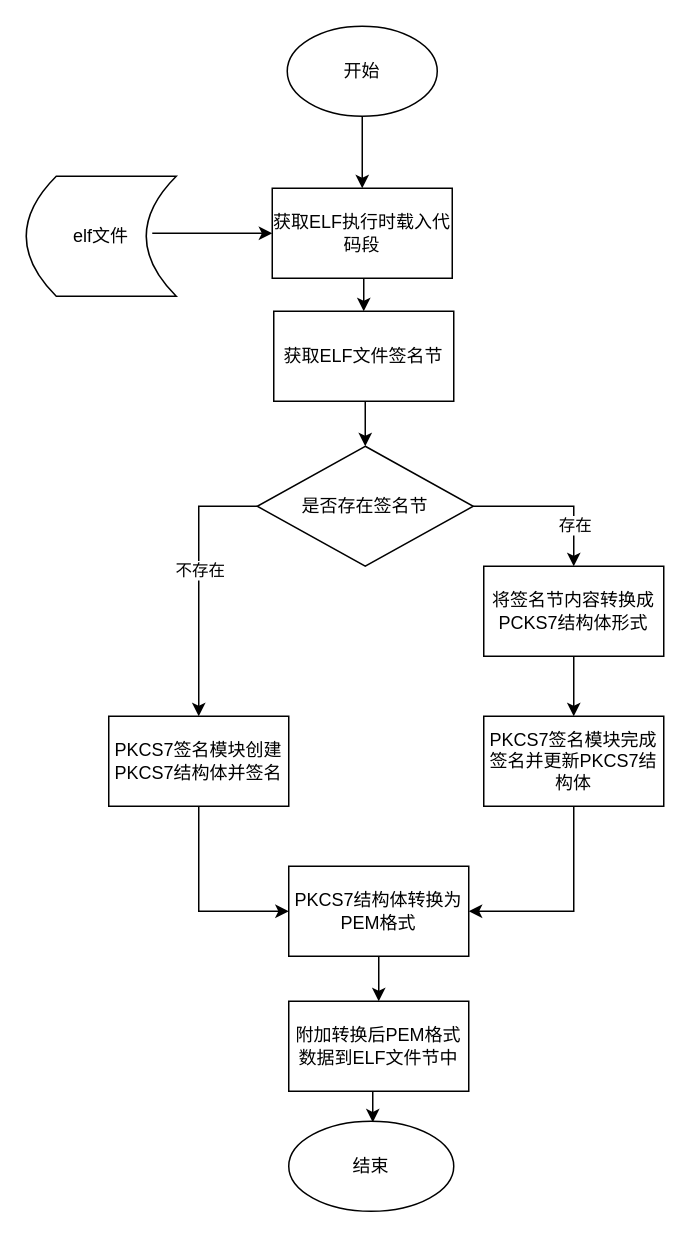
This is sign4.drawio from Allinaent/share, a draw.io file, before an edit. Source tidied: cells renumbered, new cells numbered last; positions are measured from the earlier drawing's top-left corner, leaving out a move shared by most shapes. Both pictures are drawn from the tidied source at 150%, with x=0, y=0 at pixel (26, 26).
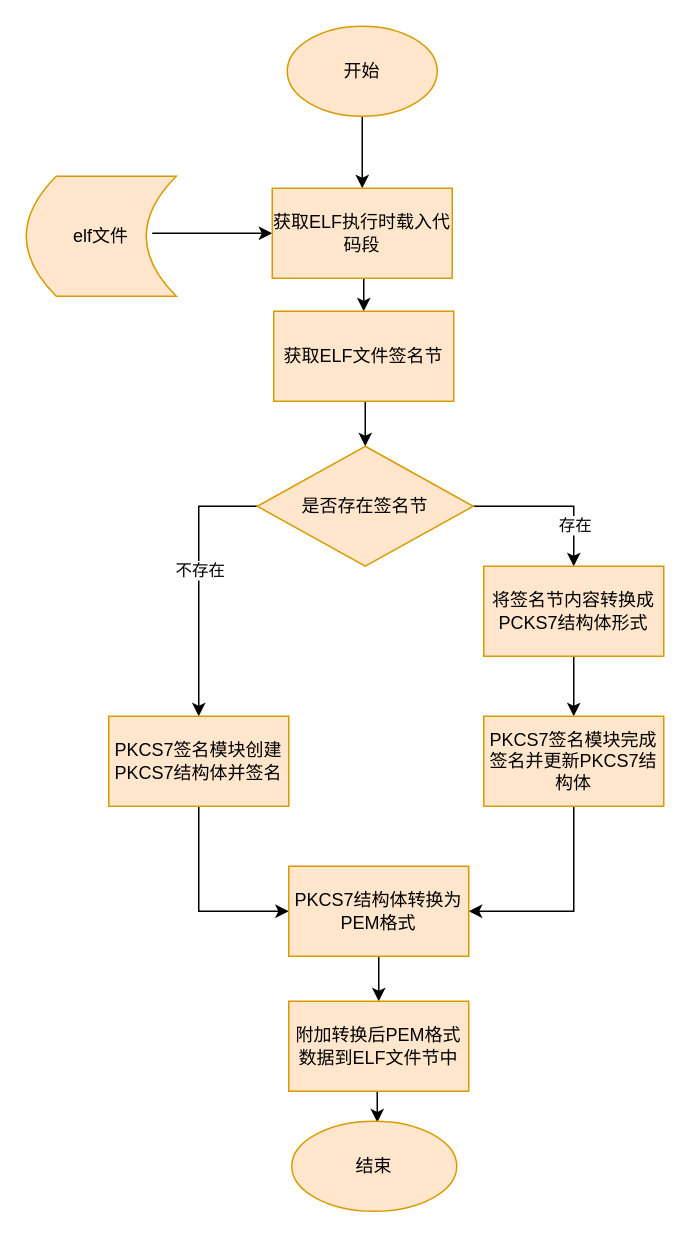
The same diagram, later.

Change to the diagram source:
```diff
@@
-    <mxCell id="3" value="开始" style="ellipse;whiteSpace=wrap;html=1;" parent="1" vertex="1">
+    <mxCell id="3" value="开始" style="ellipse;whiteSpace=wrap;html=1;fillColor=#ffe6cc;strokeColor=#d79b00;" parent="1" vertex="1">
       <mxGeometry x="174" width="100" height="60" as="geometry" />
     </mxCell>
@@
-    <mxCell id="5" value="elf文件" style="shape=dataStorage;whiteSpace=wrap;html=1;fixedSize=1;" parent="1" vertex="1">
+    <mxCell id="5" value="elf文件" style="shape=dataStorage;whiteSpace=wrap;html=1;fixedSize=1;fillColor=#ffe6cc;strokeColor=#d79b00;" parent="1" vertex="1">
       <mxGeometry y="100" width="100" height="80" as="geometry" />
     </mxCell>
@@
-    <mxCell id="7" value="获取ELF执行时载入代码段" style="rounded=0;whiteSpace=wrap;html=1;" parent="1" vertex="1">
+    <mxCell id="7" value="获取ELF执行时载入代码段" style="rounded=0;whiteSpace=wrap;html=1;fillColor=#ffe6cc;strokeColor=#d79b00;" parent="1" vertex="1">
       <mxGeometry x="164" y="108" width="120" height="60" as="geometry" />
     </mxCell>
@@
-    <mxCell id="9" value="获取ELF文件签名节" style="rounded=0;whiteSpace=wrap;html=1;" parent="1" vertex="1">
+    <mxCell id="9" value="获取ELF文件签名节" style="rounded=0;whiteSpace=wrap;html=1;fillColor=#ffe6cc;strokeColor=#d79b00;" parent="1" vertex="1">
       <mxGeometry x="165" y="190" width="120" height="60" as="geometry" />
     </mxCell>
@@
-    <mxCell id="14" value="是否存在签名节" style="rhombus;whiteSpace=wrap;html=1;" parent="1" vertex="1">
+    <mxCell id="14" value="是否存在签名节" style="rhombus;whiteSpace=wrap;html=1;fillColor=#ffe6cc;strokeColor=#d79b00;" parent="1" vertex="1">
       <mxGeometry x="154" y="280" width="144" height="80" as="geometry" />
     </mxCell>
@@
-    <mxCell id="16" value="将签名节内容转换成PCKS7结构体形式" style="rounded=0;whiteSpace=wrap;html=1;" parent="1" vertex="1">
+    <mxCell id="16" value="将签名节内容转换成PCKS7结构体形式" style="rounded=0;whiteSpace=wrap;html=1;fillColor=#ffe6cc;strokeColor=#d79b00;" parent="1" vertex="1">
       <mxGeometry x="305" y="360" width="120" height="60" as="geometry" />
     </mxCell>
@@
-    <mxCell id="18" value="PKCS7签名模块创建PKCS7结构体并签名" style="rounded=0;whiteSpace=wrap;html=1;" parent="1" vertex="1">
+    <mxCell id="18" value="PKCS7签名模块创建PKCS7结构体并签名" style="rounded=0;whiteSpace=wrap;html=1;fillColor=#ffe6cc;strokeColor=#d79b00;" parent="1" vertex="1">
       <mxGeometry x="55" y="460" width="120" height="60" as="geometry" />
     </mxCell>
@@
-    <mxCell id="20" value="PKCS7签名模块完成签名并更新PKCS7结构体" style="rounded=0;whiteSpace=wrap;html=1;" parent="1" vertex="1">
+    <mxCell id="20" value="PKCS7签名模块完成签名并更新PKCS7结构体" style="rounded=0;whiteSpace=wrap;html=1;fillColor=#ffe6cc;strokeColor=#d79b00;" parent="1" vertex="1">
       <mxGeometry x="305" y="460" width="120" height="60" as="geometry" />
     </mxCell>
@@
-    <mxCell id="22" value="PKCS7结构体转换为PEM格式" style="rounded=0;whiteSpace=wrap;html=1;" parent="1" vertex="1">
+    <mxCell id="22" value="PKCS7结构体转换为PEM格式" style="rounded=0;whiteSpace=wrap;html=1;fillColor=#ffe6cc;strokeColor=#d79b00;" parent="1" vertex="1">
       <mxGeometry x="175" y="560" width="120" height="60" as="geometry" />
     </mxCell>
     <mxCell id="23" style="edgeStyle=orthogonalEdgeStyle;rounded=0;orthogonalLoop=1;jettySize=auto;html=1;exitX=0.5;exitY=1;exitDx=0;exitDy=0;entryX=0.442;entryY=0.013;entryDx=0;entryDy=0;entryPerimeter=0;" parent="1" edge="1">
       <mxGeometry relative="1" as="geometry">
-        <mxPoint x="249" y="710" as="sourcePoint" />
-        <mxPoint x="231" y="730.8" as="targetPoint" />
+        <mxPoint x="252" y="710" as="sourcePoint" />
+        <mxPoint x="234" y="730.8" as="targetPoint" />
       </mxGeometry>
     </mxCell>
-    <mxCell id="24" value="附加转换后PEM格式数据到ELF文件节中" style="rounded=0;whiteSpace=wrap;html=1;" parent="1" vertex="1">
+    <mxCell id="24" value="附加转换后PEM格式数据到ELF文件节中" style="rounded=0;whiteSpace=wrap;html=1;fillColor=#ffe6cc;strokeColor=#d79b00;" parent="1" vertex="1">
       <mxGeometry x="175" y="650" width="120" height="60" as="geometry" />
     </mxCell>
-    <mxCell id="25" value="结束" style="ellipse;whiteSpace=wrap;html=1;" parent="1" vertex="1">
-      <mxGeometry x="175" y="730" width="110" height="60" as="geometry" />
+    <mxCell id="25" value="结束" style="ellipse;whiteSpace=wrap;html=1;fillColor=#ffe6cc;strokeColor=#d79b00;" parent="1" vertex="1">
+      <mxGeometry x="177" y="730" width="110" height="60" as="geometry" />
     </mxCell>
```
